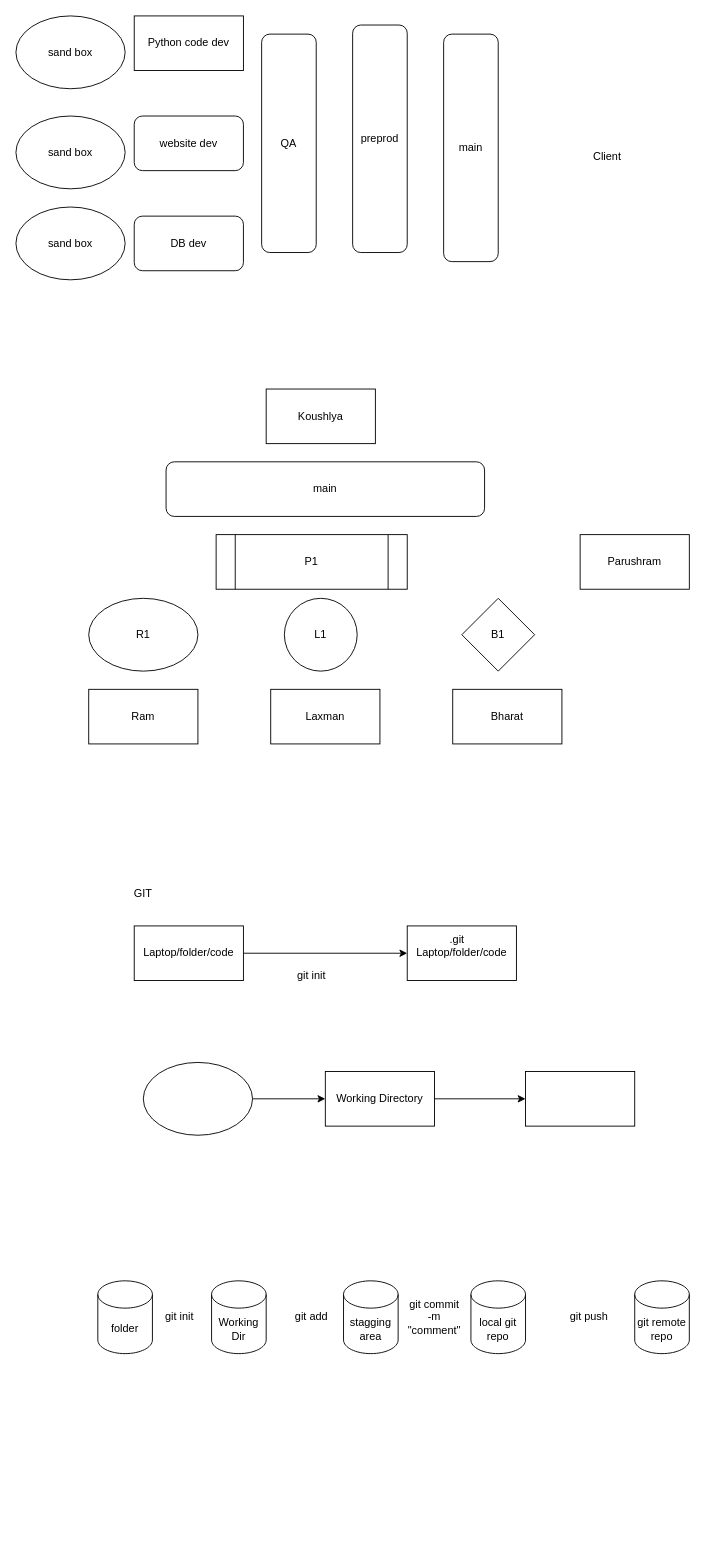
Earlier version of the draw.io diagram diagrams/2_git.drawio (praveenkumarilla4git/Batch-4). Source tidied: cells renumbered, new cells numbered last; positions are measured from the earlier drawing's top-left corner, leaving out a move shared by most shapes. Both pictures are drawn from the tidied source at 91%, with x=0, y=0 at pixel (15, 15).
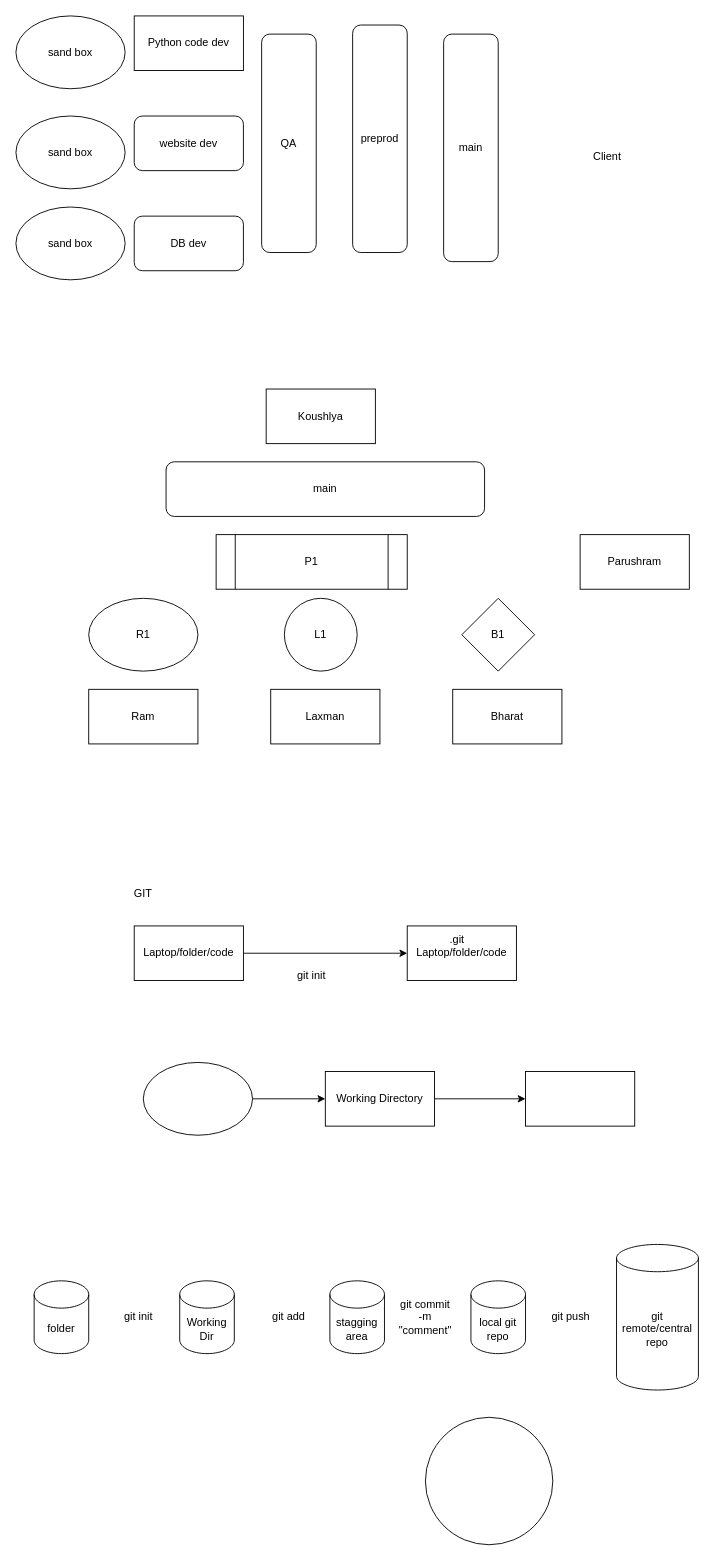
The same diagram, later.

Diff of the diagram source:
```diff
@@
     <mxCell id="33" value="folder" style="shape=cylinder3;whiteSpace=wrap;html=1;boundedLbl=1;backgroundOutline=1;size=15;" parent="1" vertex="1">
-      <mxGeometry x="90" y="1390" width="60" height="80" as="geometry" />
+      <mxGeometry x="20" y="1390" width="60" height="80" as="geometry" />
     </mxCell>
     <mxCell id="34" value="Working Dir" style="shape=cylinder3;whiteSpace=wrap;html=1;boundedLbl=1;backgroundOutline=1;size=15;" parent="1" vertex="1">
-      <mxGeometry x="215" y="1390" width="60" height="80" as="geometry" />
+      <mxGeometry x="180" y="1390" width="60" height="80" as="geometry" />
     </mxCell>
@@
-    <mxCell id="36" value="git remote repo" style="shape=cylinder3;whiteSpace=wrap;html=1;boundedLbl=1;backgroundOutline=1;size=15;" parent="1" vertex="1">
-      <mxGeometry x="680" y="1390" width="60" height="80" as="geometry" />
+    <mxCell id="36" value="git remote/central repo" style="shape=cylinder3;whiteSpace=wrap;html=1;boundedLbl=1;backgroundOutline=1;size=15;" parent="1" vertex="1">
+      <mxGeometry x="660" y="1350" width="90" height="160" as="geometry" />
     </mxCell>
     <mxCell id="37" value="git init" style="text;html=1;align=center;verticalAlign=middle;whiteSpace=wrap;rounded=0;" parent="1" vertex="1">
-      <mxGeometry x="150" y="1415" width="60" height="30" as="geometry" />
+      <mxGeometry x="105" y="1415" width="60" height="30" as="geometry" />
     </mxCell>
     <mxCell id="38" value="git push" style="text;html=1;align=center;verticalAlign=middle;whiteSpace=wrap;rounded=0;" parent="1" vertex="1">
-      <mxGeometry x="600" y="1415" width="60" height="30" as="geometry" />
+      <mxGeometry x="580" y="1415" width="60" height="30" as="geometry" />
     </mxCell>
     <mxCell id="39" value="stagging area" style="shape=cylinder3;whiteSpace=wrap;html=1;boundedLbl=1;backgroundOutline=1;size=15;" parent="1" vertex="1">
-      <mxGeometry x="360" y="1390" width="60" height="80" as="geometry" />
+      <mxGeometry x="345" y="1390" width="60" height="80" as="geometry" />
     </mxCell>
     <mxCell id="40" value="git add" style="text;html=1;align=center;verticalAlign=middle;whiteSpace=wrap;rounded=0;" parent="1" vertex="1">
-      <mxGeometry x="295" y="1415" width="60" height="30" as="geometry" />
+      <mxGeometry x="270" y="1415" width="60" height="30" as="geometry" />
     </mxCell>
     <mxCell id="41" value="git commit -m &quot;comment&quot;" style="text;html=1;align=center;verticalAlign=middle;whiteSpace=wrap;rounded=0;" parent="1" vertex="1">
-      <mxGeometry x="430" y="1415" width="60" height="30" as="geometry" />
+      <mxGeometry x="420" y="1415" width="60" height="30" as="geometry" />
     </mxCell>
+    <mxCell id="42" style="ellipse;whiteSpace=wrap;html=1;" parent="1" vertex="1">
+      <mxGeometry x="450" y="1540" width="140" height="140" as="geometry" />
+    </mxCell>
```
